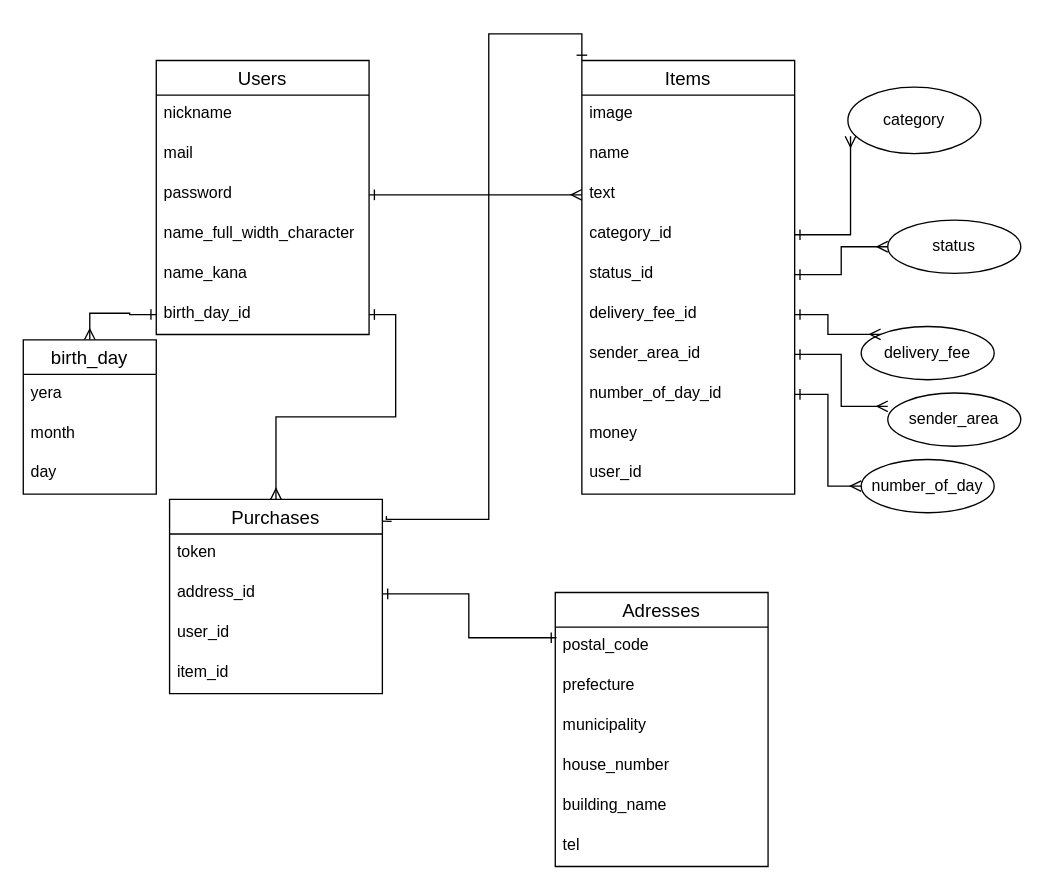
Above: test.dio in hori-kozaburo-fixer/furima-29979 (draw.io), before the change. Source tidied: cells renumbered, new cells numbered last; positions are measured from the earlier drawing's top-left corner, leaving out a move shared by most shapes. Both pictures are drawn from the tidied source at 133%, with x=0, y=0 at pixel (23, 33).
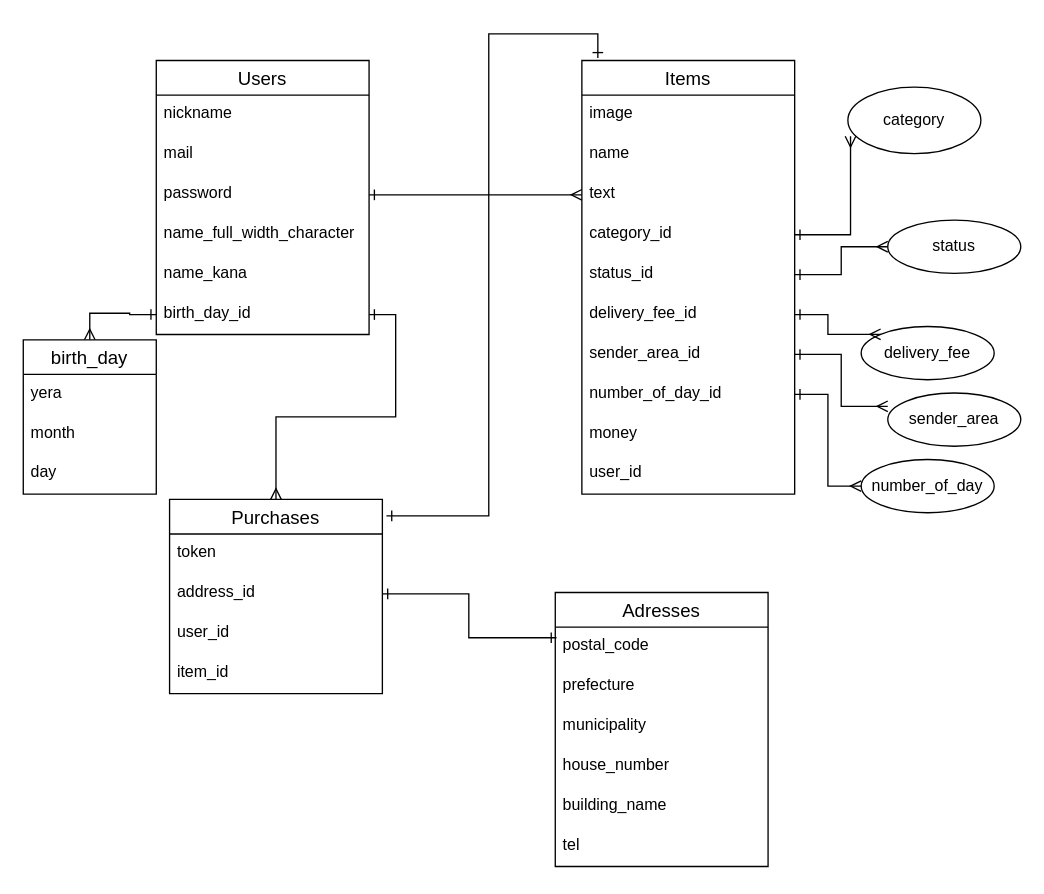
After the change.

Commit message:
ER図若干の修正

The change refers to these unchanged cells:
```xml
<mxCell id="10" value="Items" style="swimlane;fontStyle=0;horizontal=1;startSize=26;align=center;fontSize=14;" parent="1" vertex="1">
  <mxGeometry x="420" y="20" width="160" height="326" as="geometry" />
</mxCell>
<mxCell id="23" value="Purchases" style="swimlane;fontStyle=0;horizontal=1;startSize=26;align=center;fontSize=14;" parent="1" vertex="1">
  <mxGeometry x="110" y="350" width="160" height="146" as="geometry" />
</mxCell>
```

What changed in the source:
```diff
@@
-    <mxCell id="9" style="edgeStyle=orthogonalEdgeStyle;rounded=0;jettySize=auto;html=1;exitX=0;exitY=0;exitDx=0;exitDy=0;entryX=1.019;entryY=0.085;entryDx=0;entryDy=0;entryPerimeter=0;startArrow=ERone;startFill=0;endArrow=ERone;endFill=0;targetPerimeterSpacing=0;" parent="1" edge="1" source="10" target="23">
+    <mxCell id="9" style="edgeStyle=orthogonalEdgeStyle;rounded=0;jettySize=auto;html=1;entryX=1.019;entryY=0.085;entryDx=0;entryDy=0;entryPerimeter=0;startArrow=ERone;startFill=0;endArrow=ERone;endFill=0;targetPerimeterSpacing=0;exitX=0.075;exitY=-0.006;exitDx=0;exitDy=0;exitPerimeter=0;" parent="1" edge="1" source="10" target="23">
       <mxGeometry relative="1" as="geometry">
         <Array as="points">
-          <mxPoint x="420" />
+          <mxPoint x="432" />
           <mxPoint x="350" />
-          <mxPoint x="350" y="365" />
+          <mxPoint x="350" y="362" />
         </Array>
       </mxGeometry>
     </mxCell>
```
